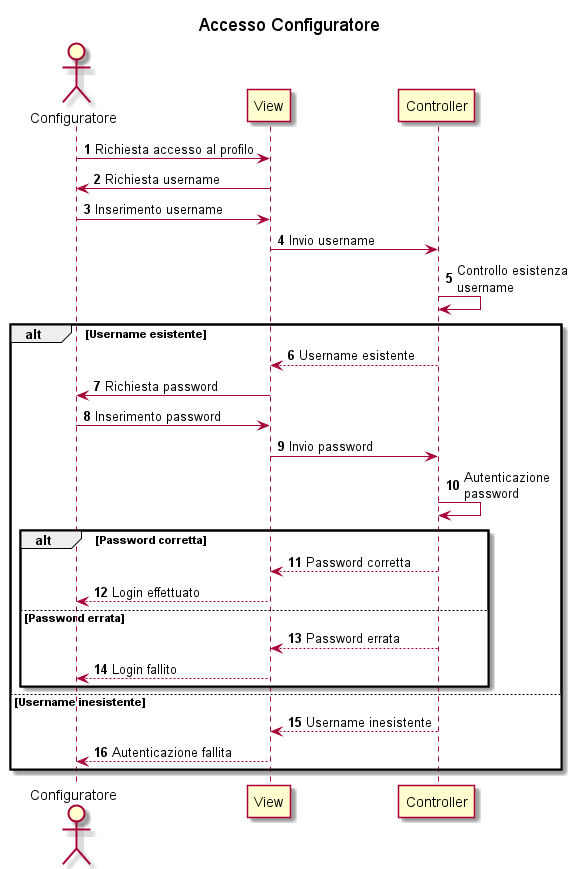
Earlier version of the PlantUML export doc/uml/version1/png/Sequence diagram-Accesso_Configuratore.png (eletoo/inge_del_software).
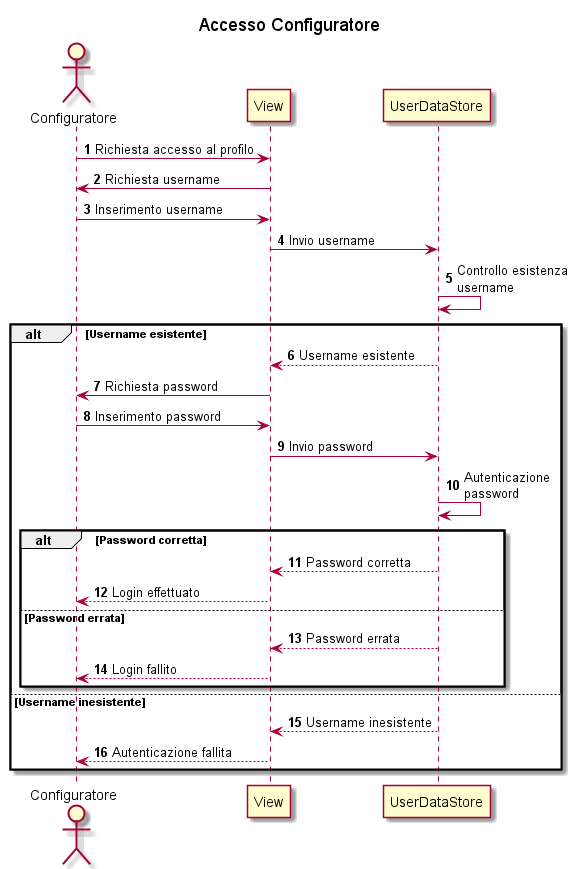
The same diagram one commit later.

Diff of the diagram source:
```diff
@@ -5,31 +5,31 @@
 
 actor Configuratore
 participant View
-participant Controller
+participant UserDataStore
 Configuratore -> View: Richiesta accesso al profilo
 View -> Configuratore: Richiesta username
 Configuratore -> View: Inserimento username
-View -> Controller: Invio username
-Controller ->Controller: Controllo esistenza \nusername
+View -> UserDataStore: Invio username
+UserDataStore ->UserDataStore: Controllo esistenza \nusername
 
 alt Username esistente
-    Controller --> View: Username esistente
+    UserDataStore --> View: Username esistente
     View -> Configuratore: Richiesta password
     Configuratore -> View: Inserimento password
-    View -> Controller: Invio password
-    Controller -> Controller: Autenticazione\npassword
+    View -> UserDataStore: Invio password
+    UserDataStore -> UserDataStore: Autenticazione\npassword
 
     alt Password corretta
-        Controller --> View: Password corretta
+        UserDataStore --> View: Password corretta
         View --> Configuratore: Login effettuato
 
     else Password errata
-        Controller --> View: Password errata
+        UserDataStore --> View: Password errata
         View --> Configuratore: Login fallito
     end
 
 else Username inesistente
-    Controller --> View: Username inesistente
+    UserDataStore --> View: Username inesistente
     View --> Configuratore: Autenticazione fallita
 
 
```
